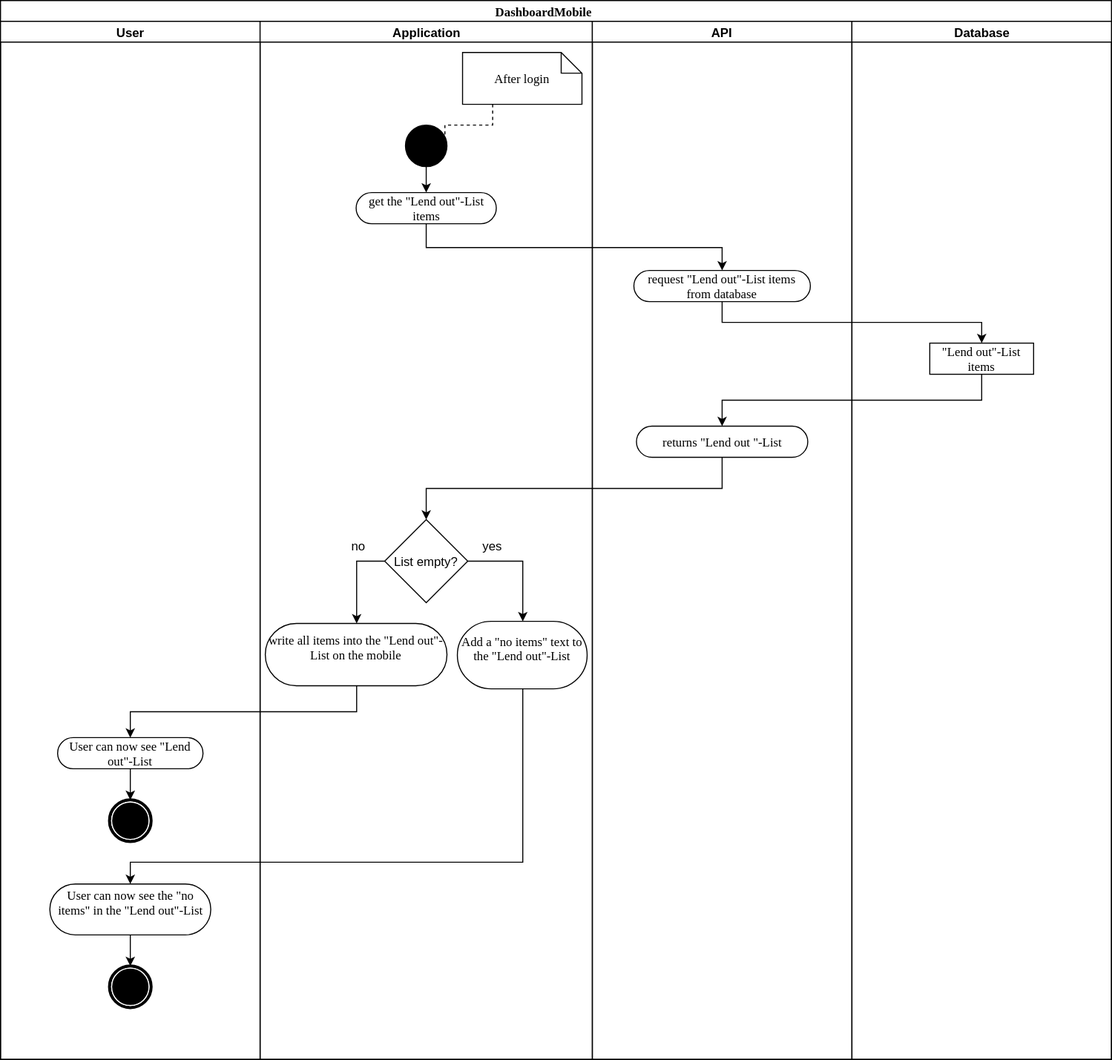
Before: recources/Use Cases/Dashboard Mobile/DashboardAndroidDiagram.svg, a diagram exported from draw.io (KeepThings/KeepThingsWeb). Source tidied: cells renumbered, new cells last; positions are measured from the earlier drawing's top-left corner, leaving out a move shared by most shapes.
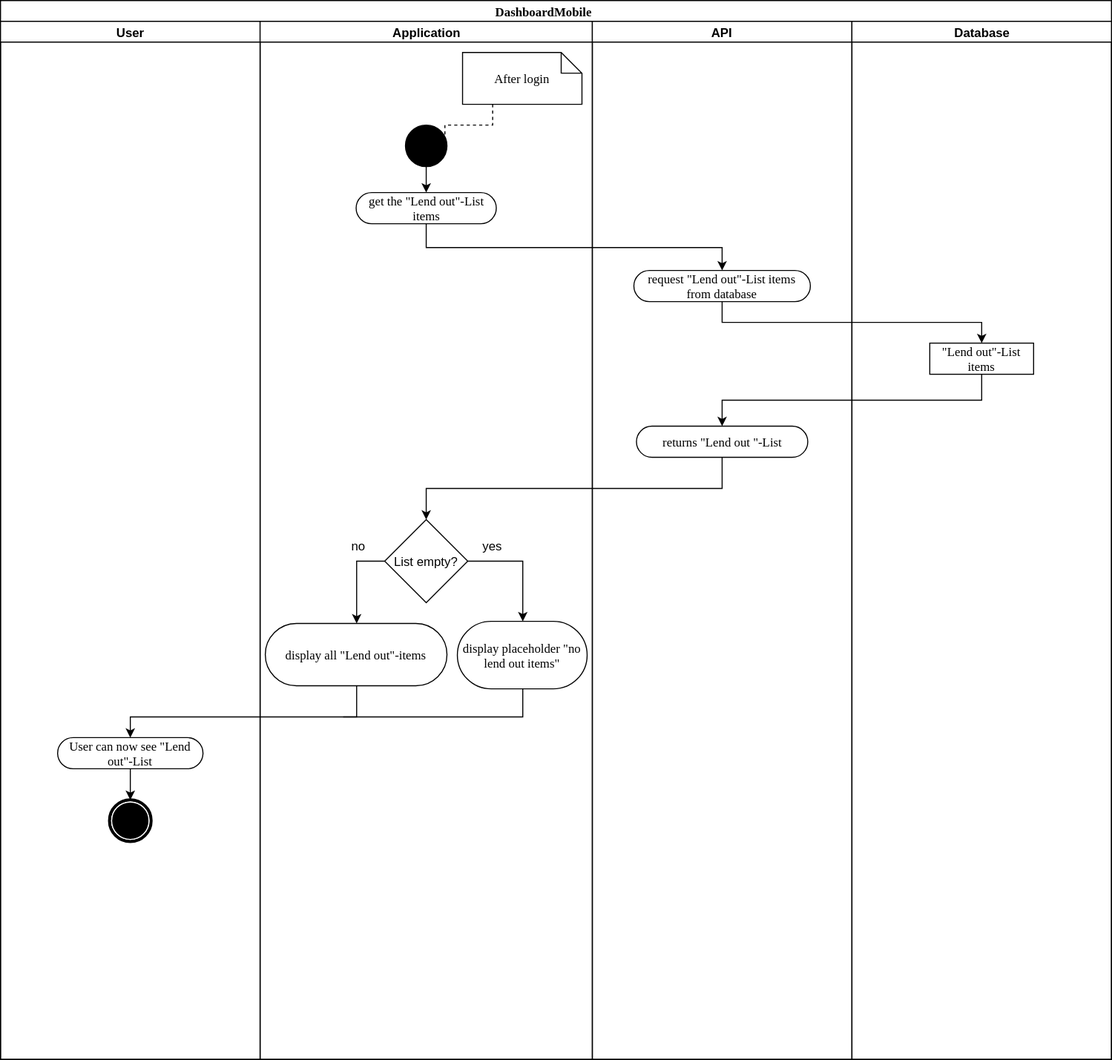
Above is the later version.

Change to the diagram source:
```diff
@@ -17,17 +17,13 @@
     <mxCell id="6" style="shape=mxgraph.bpmn.shape;html=1;verticalLabelPosition=bottom;labelBackgroundColor=#ffffff;verticalAlign=top;perimeter=ellipsePerimeter;outline=end;symbol=terminate;rounded=0;shadow=0;comic=0;strokeColor=#000000;strokeWidth=1;fillColor=#ffffff;fontFamily=Verdana;fontSize=12;fontColor=#000000;align=center;" parent="3" vertex="1">
       <mxGeometry x="105" y="750" width="40" height="40" as="geometry" />
     </mxCell>
-    <mxCell id="7" style="edgeStyle=orthogonalEdgeStyle;rounded=0;html=1;exitX=0.5;exitY=1;entryX=0.5;entryY=0;endArrow=classic;endFill=1;jettySize=auto;" parent="3" edge="1" source="8" target="9">
-      <mxGeometry relative="1" as="geometry" />
-    </mxCell>
-    <mxCell id="8" value="User can now see the &quot;no items&quot; in the &quot;Lend out&quot;-List" style="rounded=1;whiteSpace=wrap;html=1;shadow=0;comic=0;labelBackgroundColor=none;strokeColor=#000000;strokeWidth=1;fillColor=#ffffff;fontFamily=Verdana;fontSize=12;fontColor=#000000;align=center;arcSize=50;" parent="3" vertex="1">
-      <mxGeometry x="47.5" y="831" width="155" height="49" as="geometry" />
-    </mxCell>
-    <mxCell id="9" style="shape=mxgraph.bpmn.shape;html=1;verticalLabelPosition=bottom;labelBackgroundColor=#ffffff;verticalAlign=top;perimeter=ellipsePerimeter;outline=end;symbol=terminate;rounded=0;shadow=0;comic=0;strokeColor=#000000;strokeWidth=1;fillColor=#ffffff;fontFamily=Verdana;fontSize=12;fontColor=#000000;align=center;" parent="3" vertex="1">
-      <mxGeometry x="105" y="910" width="40" height="40" as="geometry" />
-    </mxCell>
     <mxCell id="10" style="edgeStyle=orthogonalEdgeStyle;rounded=0;html=1;exitX=0.5;exitY=1;endArrow=classic;endFill=1;jettySize=auto;" parent="2" edge="1" source="17" target="5">
-      <mxGeometry relative="1" as="geometry" />
+      <mxGeometry relative="1" as="geometry">
+        <Array as="points">
+          <mxPoint x="343" y="690" />
+          <mxPoint x="125" y="690" />
+        </Array>
+      </mxGeometry>
     </mxCell>
     <mxCell id="11" value="Application&lt;br&gt;" style="swimlane;html=1;startSize=20;" parent="2" vertex="1">
       <mxGeometry x="250" y="20" width="320" height="1000" as="geometry" />
@@ -47,7 +43,7 @@
     <mxCell id="16" style="edgeStyle=orthogonalEdgeStyle;rounded=0;html=1;exitX=0.5;exitY=1;entryX=0.5;entryY=0;endArrow=classic;endFill=1;jettySize=auto;" parent="11" edge="1" source="12" target="15">
       <mxGeometry relative="1" as="geometry" />
     </mxCell>
-    <mxCell id="17" value="write all items into the &quot;Lend out&quot;-List on the mobile" style="rounded=1;whiteSpace=wrap;html=1;shadow=0;comic=0;labelBackgroundColor=none;strokeColor=#000000;strokeWidth=1;fillColor=#ffffff;fontFamily=Verdana;fontSize=12;fontColor=#000000;align=center;arcSize=50;" parent="11" vertex="1">
+    <mxCell id="17" value="display all &quot;Lend out&quot;-items" style="rounded=1;whiteSpace=wrap;html=1;shadow=0;comic=0;labelBackgroundColor=none;strokeColor=#000000;strokeWidth=1;fillColor=#ffffff;fontFamily=Verdana;fontSize=12;fontColor=#000000;align=center;arcSize=50;" parent="11" vertex="1">
       <mxGeometry x="5" y="580" width="175" height="60" as="geometry" />
     </mxCell>
     <mxCell id="18" style="edgeStyle=orthogonalEdgeStyle;rounded=0;html=1;exitX=0;exitY=0.5;entryX=0.5;entryY=0;endArrow=classic;endFill=1;jettySize=auto;" parent="11" edge="1" source="20" target="17">
@@ -59,7 +55,7 @@
     <mxCell id="20" value="List empty?&lt;br&gt;" style="rhombus;whiteSpace=wrap;html=1;" parent="11" vertex="1">
       <mxGeometry x="120" y="480" width="80" height="80" as="geometry" />
     </mxCell>
-    <mxCell id="21" value="Add a &quot;no items&quot; text to the &quot;Lend out&quot;-List" style="rounded=1;whiteSpace=wrap;html=1;shadow=0;comic=0;labelBackgroundColor=none;strokeColor=#000000;strokeWidth=1;fillColor=#ffffff;fontFamily=Verdana;fontSize=12;fontColor=#000000;align=center;arcSize=50;" parent="11" vertex="1">
+    <mxCell id="21" value="display placeholder &quot;no lend out items&quot;" style="rounded=1;whiteSpace=wrap;html=1;shadow=0;comic=0;labelBackgroundColor=none;strokeColor=#000000;strokeWidth=1;fillColor=#ffffff;fontFamily=Verdana;fontSize=12;fontColor=#000000;align=center;arcSize=50;" parent="11" vertex="1">
       <mxGeometry x="190" y="578" width="125" height="65" as="geometry" />
     </mxCell>
     <mxCell id="22" value="no&lt;br&gt;" style="text;html=1;strokeColor=none;fillColor=none;align=center;verticalAlign=middle;whiteSpace=wrap;rounded=0;" parent="11" vertex="1">
@@ -95,13 +91,13 @@
     <mxCell id="32" style="edgeStyle=orthogonalEdgeStyle;rounded=0;html=1;exitX=0.5;exitY=1;entryX=0.5;entryY=0;endArrow=classic;endFill=1;jettySize=auto;" parent="2" edge="1" source="26" target="20">
       <mxGeometry relative="1" as="geometry" />
     </mxCell>
-    <mxCell id="33" style="edgeStyle=orthogonalEdgeStyle;rounded=0;html=1;exitX=0.5;exitY=1;entryX=0.5;entryY=0;endArrow=classic;endFill=1;jettySize=auto;" parent="2" edge="1" source="21" target="8">
-      <mxGeometry relative="1" as="geometry">
-        <Array as="points">
-          <mxPoint x="503" y="830" />
-          <mxPoint x="125" y="830" />
-        </Array>
-      </mxGeometry>
-    </mxCell>
+    <mxCell id="34" style="edgeStyle=orthogonalEdgeStyle;rounded=0;html=1;exitX=0.5;exitY=1;endArrow=none;endFill=0;jettySize=auto;" parent="1" edge="1" source="21">
+      <mxGeometry relative="1" as="geometry">
+        <mxPoint x="330" y="690" as="targetPoint" />
+        <Array as="points">
+          <mxPoint x="503" y="690" />
+        </Array>
+      </mxGeometry>
+    </mxCell>
   </root>
 </mxGraphModel>
```
